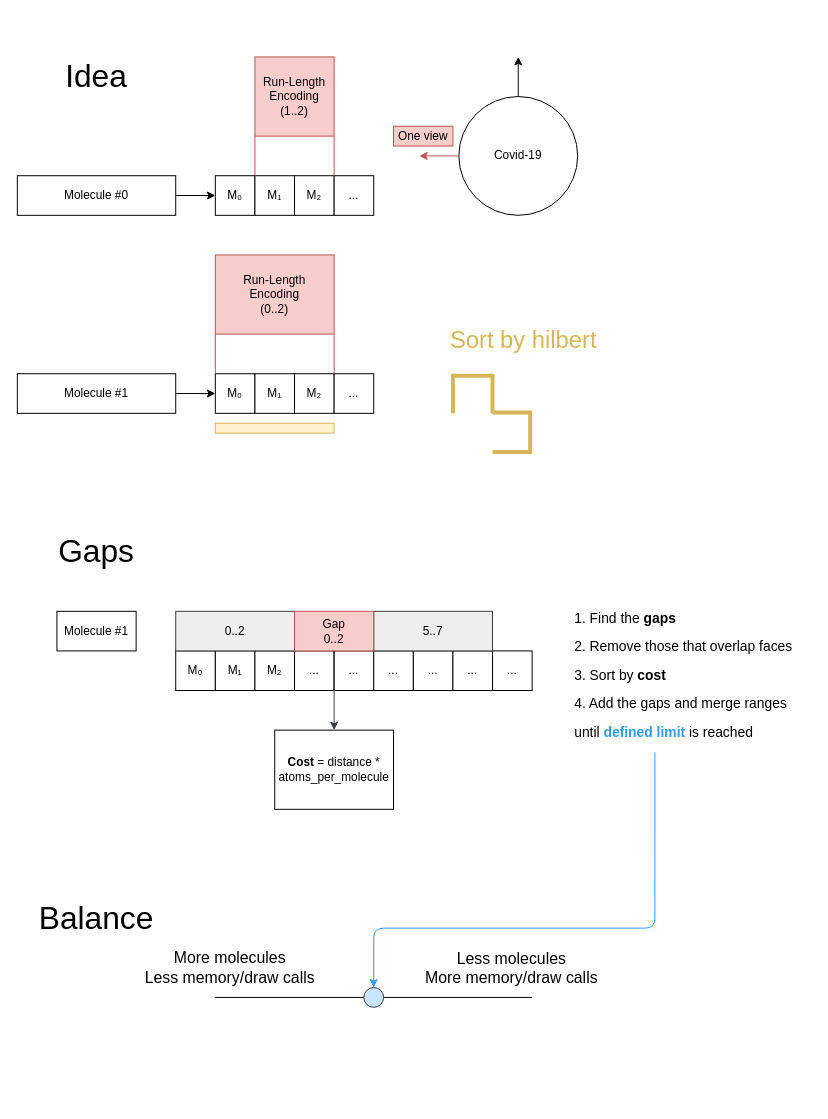
Earlier version of the draw.io diagram master_thesis/idea.drawio (MatusT/master-thesis). Source tidied: cells renumbered, new cells numbered last; positions are measured from the earlier drawing's top-left corner, leaving out a move shared by most shapes. Both pictures are drawn from the tidied source at 99%, with x=0, y=0 at pixel (17, 17).
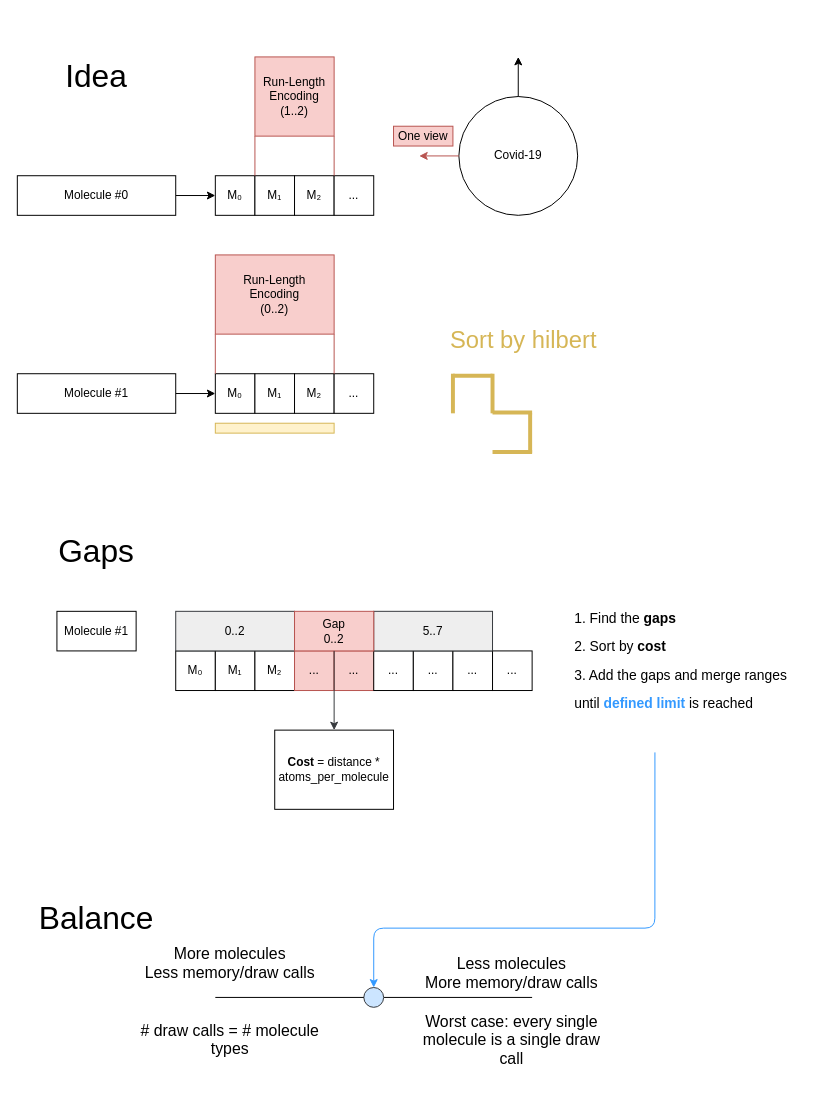
Above is the later version.

Diff of the diagram source:
```diff
@@
-    <mxCell id="33" value="..." style="rounded=0;whiteSpace=wrap;html=1;" parent="1" vertex="1">
+    <mxCell id="33" value="..." style="rounded=0;whiteSpace=wrap;html=1;fillColor=#f8cecc;strokeColor=#b85450;" parent="1" vertex="1">
       <mxGeometry x="280" y="640" width="40" height="40" as="geometry" />
     </mxCell>
@@
-    <mxCell id="36" value="..." style="rounded=0;whiteSpace=wrap;html=1;" parent="1" vertex="1">
+    <mxCell id="36" value="..." style="rounded=0;whiteSpace=wrap;html=1;fillColor=#f8cecc;strokeColor=#b85450;" parent="1" vertex="1">
       <mxGeometry x="320" y="640" width="40" height="40" as="geometry" />
     </mxCell>
@@
-    <mxCell id="45" value="&lt;font style=&quot;font-size: 14px&quot;&gt;1. Find the &lt;b&gt;gaps&lt;/b&gt;&lt;br&gt;2. Remove those that overlap faces&lt;br&gt;3. Sort by &lt;b&gt;cost&lt;/b&gt;&lt;br&gt;4. Add the gaps and merge ranges until &lt;b&gt;&lt;font color=&quot;#3399ff&quot;&gt;defined limit&lt;/font&gt;&lt;/b&gt; is reached&lt;br&gt;&lt;/font&gt;" style="text;html=1;strokeColor=none;fillColor=none;align=left;verticalAlign=top;whiteSpace=wrap;rounded=0;fontSize=24;" parent="1" vertex="1">
+    <mxCell id="45" value="&lt;font style=&quot;font-size: 14px&quot;&gt;1. Find the &lt;b&gt;gaps&lt;/b&gt;&lt;br&gt;2. Sort by &lt;b&gt;cost&lt;/b&gt;&lt;br&gt;3. Add the gaps and merge ranges until &lt;b&gt;&lt;font color=&quot;#3399ff&quot;&gt;defined limit&lt;/font&gt;&lt;/b&gt; is reached&lt;br&gt;&lt;/font&gt;" style="text;html=1;strokeColor=none;fillColor=none;align=left;verticalAlign=top;whiteSpace=wrap;rounded=0;fontSize=24;" parent="1" vertex="1">
       <mxGeometry x="561" y="583" width="240" height="160" as="geometry" />
     </mxCell>
@@
-    <mxCell id="55" value="&lt;div style=&quot;font-size: 16px;&quot;&gt;Less molecules&lt;/div&gt;&lt;div style=&quot;font-size: 16px;&quot;&gt;More memory/draw calls&lt;/div&gt;&lt;div style=&quot;font-size: 16px;&quot;&gt;&lt;br style=&quot;font-size: 16px;&quot;&gt;&lt;/div&gt;" style="text;html=1;strokeColor=none;fillColor=none;align=center;verticalAlign=middle;whiteSpace=wrap;rounded=0;fontSize=16;fontColor=#000000;labelBackgroundColor=none;" parent="1" vertex="1">
-      <mxGeometry x="408" y="940" width="183" height="60" as="geometry" />
+    <mxCell id="55" value="&lt;div style=&quot;font-size: 16px&quot;&gt;Less molecules&lt;/div&gt;&lt;div style=&quot;font-size: 16px&quot;&gt;More memory/draw calls&lt;/div&gt;&lt;div style=&quot;font-size: 16px&quot;&gt;&lt;br&gt;&lt;/div&gt;&lt;div style=&quot;font-size: 16px&quot;&gt;Worst case: every single molecule is a single draw call&lt;/div&gt;&lt;div style=&quot;font-size: 16px&quot;&gt;&lt;br style=&quot;font-size: 16px&quot;&gt;&lt;/div&gt;" style="text;html=1;strokeColor=none;fillColor=none;align=center;verticalAlign=top;whiteSpace=wrap;rounded=0;fontSize=16;fontColor=#000000;labelBackgroundColor=none;" parent="1" vertex="1">
+      <mxGeometry x="408" y="940" width="183" height="154" as="geometry" />
     </mxCell>
-    <mxCell id="56" value="&lt;div style=&quot;font-size: 16px&quot;&gt;More molecules&lt;/div&gt;&lt;div style=&quot;font-size: 16px&quot;&gt;Less memory/draw calls&lt;/div&gt;" style="text;html=1;strokeColor=none;fillColor=none;align=center;verticalAlign=middle;whiteSpace=wrap;rounded=0;fontSize=16;fontColor=#000000;labelBackgroundColor=none;" parent="1" vertex="1">
-      <mxGeometry x="110" y="930" width="210" height="60" as="geometry" />
+    <mxCell id="56" value="&lt;div style=&quot;font-size: 16px&quot;&gt;More molecules&lt;/div&gt;&lt;div style=&quot;font-size: 16px&quot;&gt;Less memory/draw calls&lt;/div&gt;&lt;div style=&quot;font-size: 16px&quot;&gt;&lt;br&gt;&lt;/div&gt;&lt;div style=&quot;font-size: 16px&quot;&gt;&lt;br&gt;&lt;/div&gt;&lt;div style=&quot;font-size: 16px&quot;&gt;# draw calls = # molecule types&lt;/div&gt;" style="text;html=1;strokeColor=none;fillColor=none;align=center;verticalAlign=top;whiteSpace=wrap;rounded=0;fontSize=16;fontColor=#000000;labelBackgroundColor=none;" parent="1" vertex="1">
+      <mxGeometry x="110" y="930" width="210" height="166" as="geometry" />
     </mxCell>
```
